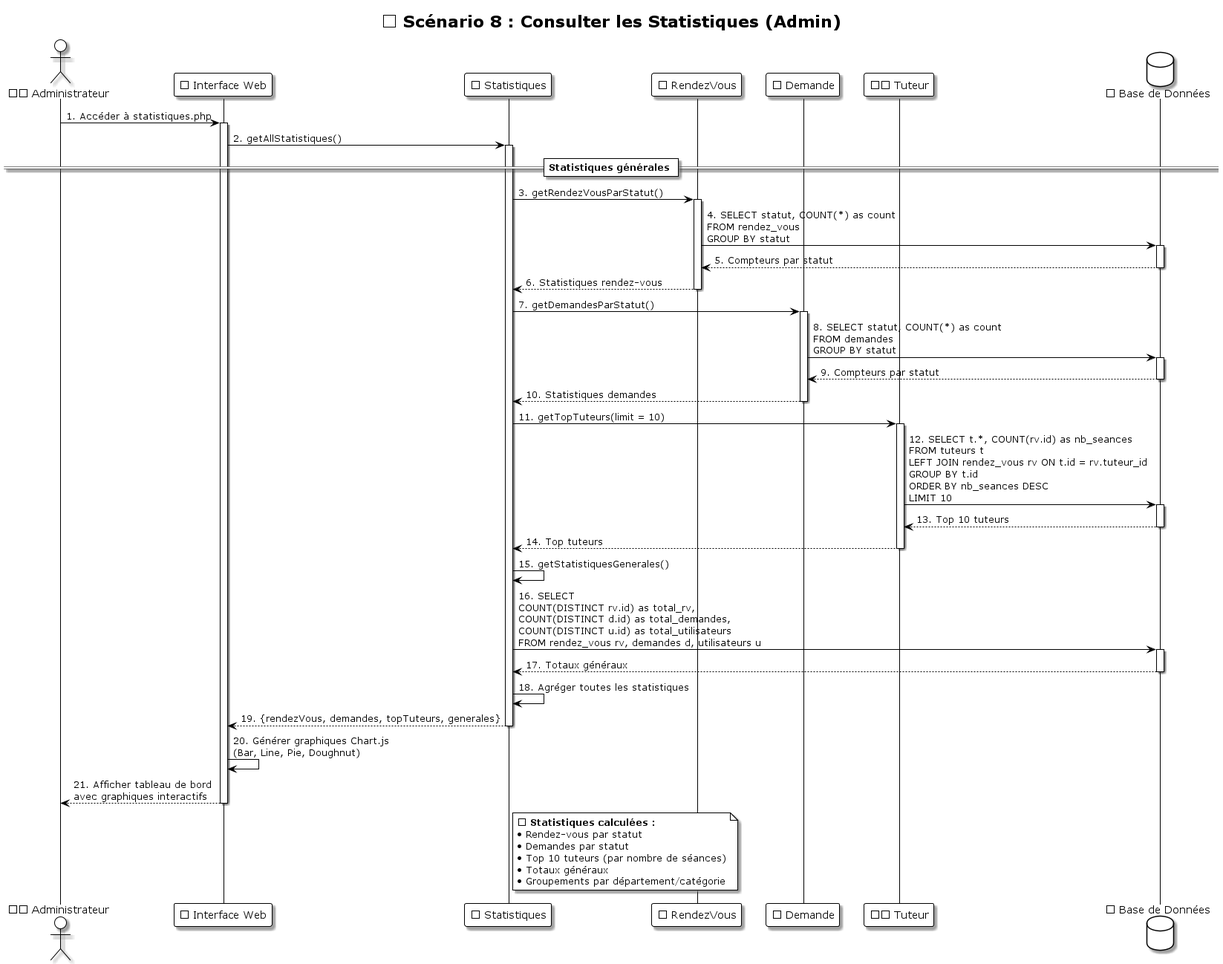
This is UML/diagrammes_sequence/Sequence_08_Consulter_Statistiques.png from LLAbdul/LLAbdul-projet-tutoplus, a PlantUML export, as it was before one commit. Source of this version:
```plantuml
@startuml Sequence_08_Consulter_Statistiques
!theme plain
skinparam shadowing true
skinparam backgroundColor #FFFFFF

title 📈 Scénario 8 : Consulter les Statistiques (Admin)

actor "👨‍💼 Administrateur" as Admin
participant "🌐 Interface Web" as UI
participant "📈 Statistiques" as Statistiques
participant "📋 RendezVous" as RendezVous
participant "📝 Demande" as Demande
participant "👨‍🏫 Tuteur" as Tuteur
database "💾 Base de Données" as DB

Admin -> UI: 1. Accéder à statistiques.php
activate UI

UI -> Statistiques: 2. getAllStatistiques()
activate Statistiques

== Statistiques générales ==
Statistiques -> RendezVous: 3. getRendezVousParStatut()
activate RendezVous
RendezVous -> DB: 4. SELECT statut, COUNT(*) as count\nFROM rendez_vous\nGROUP BY statut
activate DB
DB --> RendezVous: 5. Compteurs par statut
deactivate DB
RendezVous --> Statistiques: 6. Statistiques rendez-vous
deactivate RendezVous

Statistiques -> Demande: 7. getDemandesParStatut()
activate Demande
Demande -> DB: 8. SELECT statut, COUNT(*) as count\nFROM demandes\nGROUP BY statut
activate DB
DB --> Demande: 9. Compteurs par statut
deactivate DB
Demande --> Statistiques: 10. Statistiques demandes
deactivate Demande

Statistiques -> Tuteur: 11. getTopTuteurs(limit = 10)
activate Tuteur
Tuteur -> DB: 12. SELECT t.*, COUNT(rv.id) as nb_seances\nFROM tuteurs t\nLEFT JOIN rendez_vous rv ON t.id = rv.tuteur_id\nGROUP BY t.id\nORDER BY nb_seances DESC\nLIMIT 10
activate DB
DB --> Tuteur: 13. Top 10 tuteurs
deactivate DB
Tuteur --> Statistiques: 14. Top tuteurs
deactivate Tuteur

Statistiques -> Statistiques: 15. getStatistiquesGenerales()
Statistiques -> DB: 16. SELECT\nCOUNT(DISTINCT rv.id) as total_rv,\nCOUNT(DISTINCT d.id) as total_demandes,\nCOUNT(DISTINCT u.id) as total_utilisateurs\nFROM rendez_vous rv, demandes d, utilisateurs u
activate DB
DB --> Statistiques: 17. Totaux généraux
deactivate DB

Statistiques -> Statistiques: 18. Agréger toutes les statistiques
Statistiques --> UI: 19. {rendezVous, demandes, topTuteurs, generales}
deactivate Statistiques

UI -> UI: 20. Générer graphiques Chart.js\n(Bar, Line, Pie, Doughnut)
UI --> Admin: 21. Afficher tableau de bord\navec graphiques interactifs
deactivate UI

note right of Statistiques
  📊 **Statistiques calculées :**
  • Rendez-vous par statut
  • Demandes par statut
  • Top 10 tuteurs (par nombre de séances)
  • Totaux généraux
  • Groupements par département/catégorie
end note
@enduml
```
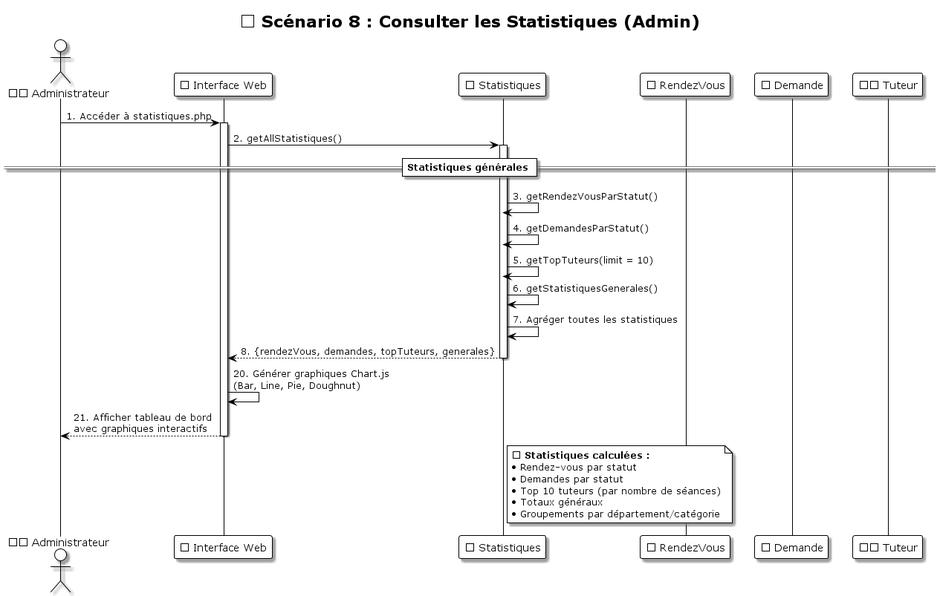
After the commit.

The edit, as a diff of the source:
```diff
@@ -11,7 +11,6 @@
 participant "📋 RendezVous" as RendezVous
 participant "📝 Demande" as Demande
 participant "👨‍🏫 Tuteur" as Tuteur
-database "💾 Base de Données" as DB
 
 Admin -> UI: 1. Accéder à statistiques.php
 activate UI
@@ -20,41 +19,18 @@
 activate Statistiques
 
 == Statistiques générales ==
-Statistiques -> RendezVous: 3. getRendezVousParStatut()
-activate RendezVous
-RendezVous -> DB: 4. SELECT statut, COUNT(*) as count\nFROM rendez_vous\nGROUP BY statut
-activate DB
-DB --> RendezVous: 5. Compteurs par statut
-deactivate DB
-RendezVous --> Statistiques: 6. Statistiques rendez-vous
+Statistiques -> Statistiques: 3. getRendezVousParStatut()
 deactivate RendezVous
 
-Statistiques -> Demande: 7. getDemandesParStatut()
-activate Demande
-Demande -> DB: 8. SELECT statut, COUNT(*) as count\nFROM demandes\nGROUP BY statut
-activate DB
-DB --> Demande: 9. Compteurs par statut
-deactivate DB
-Demande --> Statistiques: 10. Statistiques demandes
+Statistiques -> Statistiques: 4. getDemandesParStatut()
 deactivate Demande
 
-Statistiques -> Tuteur: 11. getTopTuteurs(limit = 10)
-activate Tuteur
-Tuteur -> DB: 12. SELECT t.*, COUNT(rv.id) as nb_seances\nFROM tuteurs t\nLEFT JOIN rendez_vous rv ON t.id = rv.tuteur_id\nGROUP BY t.id\nORDER BY nb_seances DESC\nLIMIT 10
-activate DB
-DB --> Tuteur: 13. Top 10 tuteurs
-deactivate DB
-Tuteur --> Statistiques: 14. Top tuteurs
+Statistiques -> Statistiques: 5. getTopTuteurs(limit = 10)
 deactivate Tuteur
 
-Statistiques -> Statistiques: 15. getStatistiquesGenerales()
-Statistiques -> DB: 16. SELECT\nCOUNT(DISTINCT rv.id) as total_rv,\nCOUNT(DISTINCT d.id) as total_demandes,\nCOUNT(DISTINCT u.id) as total_utilisateurs\nFROM rendez_vous rv, demandes d, utilisateurs u
-activate DB
-DB --> Statistiques: 17. Totaux généraux
-deactivate DB
-
-Statistiques -> Statistiques: 18. Agréger toutes les statistiques
-Statistiques --> UI: 19. {rendezVous, demandes, topTuteurs, generales}
+Statistiques -> Statistiques: 6. getStatistiquesGenerales()
+Statistiques -> Statistiques: 7. Agréger toutes les statistiques
+Statistiques --> UI: 8. {rendezVous, demandes, topTuteurs, generales}
 deactivate Statistiques
 
 UI -> UI: 20. Générer graphiques Chart.js\n(Bar, Line, Pie, Doughnut)
```
